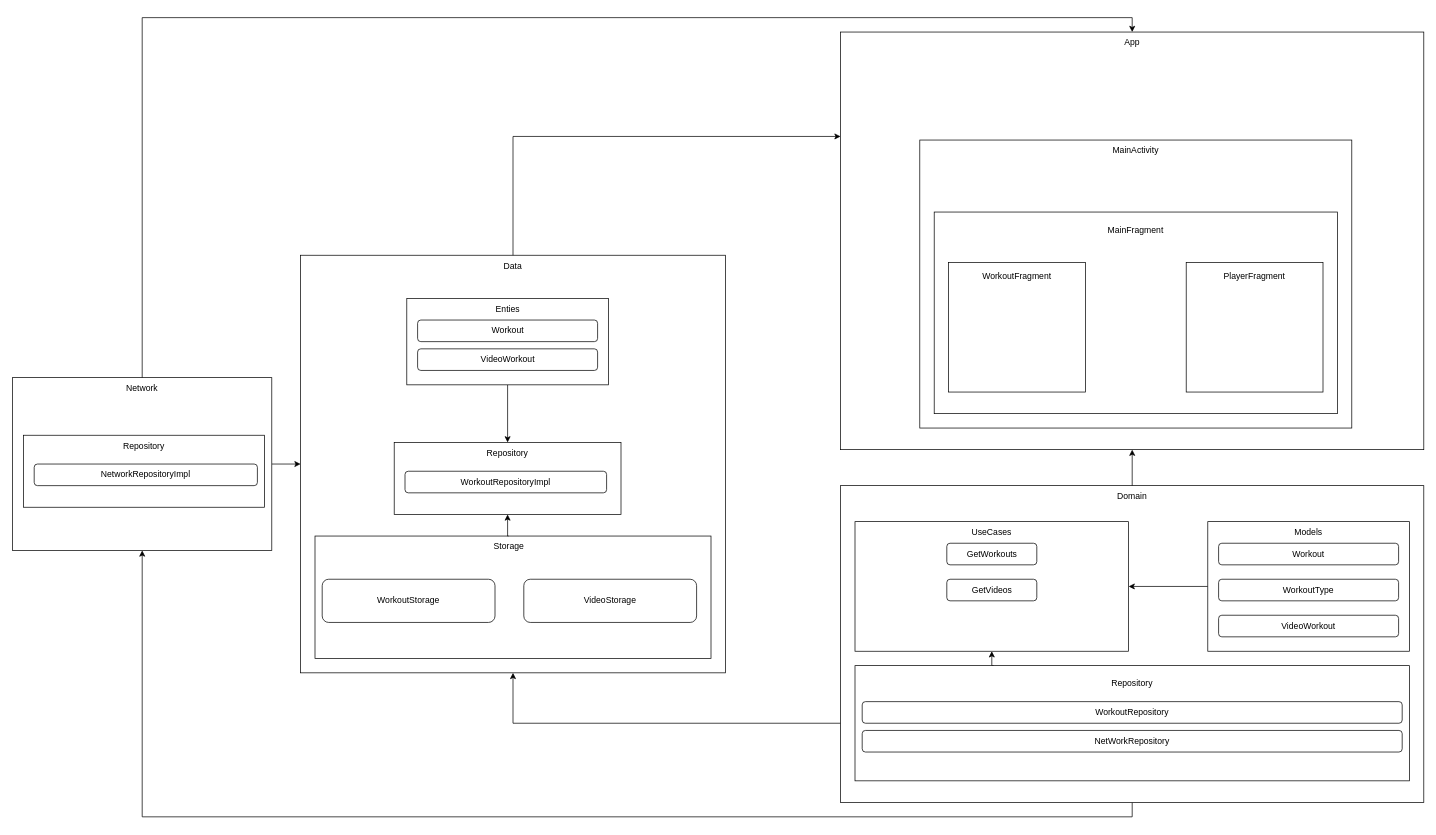
The draw.io diagram arch.drawio in lissyo/FatFitBurn, before the edit. Source tidied: cells renumbered, new cells numbered last; positions are measured from the earlier drawing's top-left corner, leaving out a move shared by most shapes. Both pictures are drawn from the tidied source at 72%, with x=0, y=0 at pixel (12, 32).
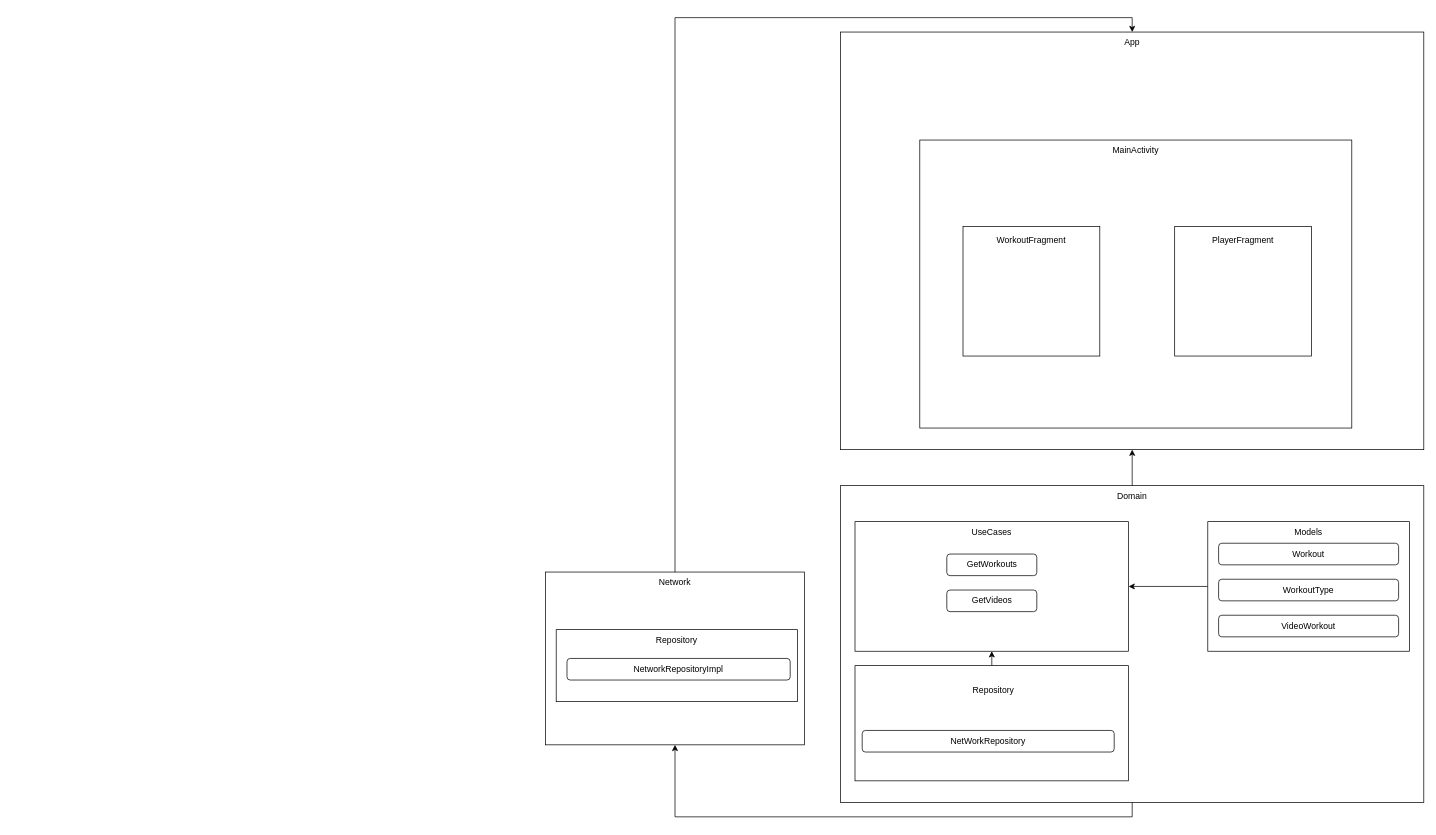
The same diagram, later.

Unchanged cells that the change refers to:
```xml
<mxCell id="2" style="rounded=0;whiteSpace=wrap;html=1;" parent="1" vertex="1">
  <mxGeometry x="1150" width="810" height="580" as="geometry" />
</mxCell>
<mxCell id="13" style="rounded=0;whiteSpace=wrap;html=1;" parent="1" vertex="1">
  <mxGeometry x="1150" y="630" width="810" height="440" as="geometry" />
</mxCell>
<mxCell id="16" style="rounded=0;whiteSpace=wrap;html=1;" parent="1" vertex="1">
  <mxGeometry x="1170" y="680" width="380" height="180" as="geometry" />
</mxCell>
```

What changed in the source:
```diff
@@
-    <mxCell id="5" style="rounded=0;whiteSpace=wrap;html=1;" parent="1" vertex="1">
-      <mxGeometry x="1280" y="250" width="560" height="280" as="geometry" />
-    </mxCell>
-    <mxCell id="6" value="MainFragment" style="text;html=1;align=center;verticalAlign=middle;whiteSpace=wrap;rounded=0;" parent="1" vertex="1">
-      <mxGeometry x="1280" y="260" width="560" height="30" as="geometry" />
-    </mxCell>
     <mxCell id="7" style="rounded=0;whiteSpace=wrap;html=1;" parent="1" vertex="1">
-      <mxGeometry x="1300" y="320" width="190" height="180" as="geometry" />
+      <mxGeometry x="1320" y="270" width="190" height="180" as="geometry" />
     </mxCell>
     <mxCell id="8" value="WorkoutFragment" style="text;html=1;align=center;verticalAlign=middle;whiteSpace=wrap;rounded=0;" parent="1" vertex="1">
-      <mxGeometry x="1300" y="325" width="190" height="30" as="geometry" />
+      <mxGeometry x="1320" y="275" width="190" height="30" as="geometry" />
     </mxCell>
     <mxCell id="9" style="rounded=0;whiteSpace=wrap;html=1;" parent="1" vertex="1">
-      <mxGeometry x="1630" y="320" width="190" height="180" as="geometry" />
+      <mxGeometry x="1614" y="270" width="190" height="180" as="geometry" />
     </mxCell>
     <mxCell id="10" value="PlayerFragment" style="text;html=1;align=center;verticalAlign=middle;whiteSpace=wrap;rounded=0;" parent="1" vertex="1">
-      <mxGeometry x="1630" y="325" width="190" height="30" as="geometry" />
+      <mxGeometry x="1614" y="275" width="190" height="30" as="geometry" />
     </mxCell>
-    <mxCell id="11" style="edgeStyle=orthogonalEdgeStyle;rounded=0;jettySize=auto;html=1;exitX=0;exitY=0.75;exitDx=0;exitDy=0;entryX=0.5;entryY=1;entryDx=0;entryDy=0;" parent="1" edge="1" source="13" target="31">
-      <mxGeometry relative="1" as="geometry" />
-    </mxCell>
@@
     <mxCell id="18" value="GetWorkouts" style="rounded=1;whiteSpace=wrap;html=1;" parent="1" vertex="1">
-      <mxGeometry x="1297.5" y="710" width="125" height="30" as="geometry" />
+      <mxGeometry x="1297.5" y="725" width="125" height="30" as="geometry" />
     </mxCell>
     <mxCell id="19" value="GetVideos" style="rounded=1;whiteSpace=wrap;html=1;" parent="1" vertex="1">
-      <mxGeometry x="1297.5" y="760" width="125" height="30" as="geometry" />
+      <mxGeometry x="1297.5" y="775" width="125" height="30" as="geometry" />
     </mxCell>
@@
-    <mxCell id="26" style="edgeStyle=orthogonalEdgeStyle;rounded=0;jettySize=auto;html=1;exitX=0.25;exitY=0;exitDx=0;exitDy=0;entryX=0.5;entryY=1;entryDx=0;entryDy=0;" parent="1" edge="1" source="27" target="16">
+    <mxCell id="26" style="edgeStyle=orthogonalEdgeStyle;rounded=0;jettySize=auto;html=1;exitX=0.5;exitY=0;exitDx=0;exitDy=0;entryX=0.5;entryY=1;entryDx=0;entryDy=0;" parent="1" edge="1" source="27" target="16">
       <mxGeometry relative="1" as="geometry" />
     </mxCell>
     <mxCell id="27" style="rounded=0;whiteSpace=wrap;html=1;" parent="1" vertex="1">
-      <mxGeometry x="1170" y="880" width="770" height="160" as="geometry" />
+      <mxGeometry x="1170" y="880" width="380" height="160" as="geometry" />
     </mxCell>
     <mxCell id="28" value="Repository" style="text;html=1;align=center;verticalAlign=middle;whiteSpace=wrap;rounded=0;" parent="1" vertex="1">
-      <mxGeometry x="1175" y="890" width="760" height="30" as="geometry" />
+      <mxGeometry x="1175" y="900" width="375" height="30" as="geometry" />
     </mxCell>
-    <mxCell id="29" value="WorkoutRepository" style="rounded=1;whiteSpace=wrap;html=1;" parent="1" vertex="1">
-      <mxGeometry x="1180" y="930" width="750" height="30" as="geometry" />
-    </mxCell>
@@
-    <mxCell id="31" style="rounded=0;whiteSpace=wrap;html=1;" parent="1" vertex="1">
-      <mxGeometry x="400" y="310" width="590" height="580" as="geometry" />
-    </mxCell>
-    <mxCell id="32" style="edgeStyle=orthogonalEdgeStyle;rounded=0;jettySize=auto;html=1;exitX=0.5;exitY=0;exitDx=0;exitDy=0;entryX=0;entryY=0.25;entryDx=0;entryDy=0;" parent="1" edge="1" source="33" target="2">
-      <mxGeometry relative="1" as="geometry" />
-    </mxCell>
-    <mxCell id="33" value="Data" style="text;html=1;align=center;verticalAlign=middle;whiteSpace=wrap;rounded=0;" parent="1" vertex="1">
-      <mxGeometry x="400" y="310" width="590" height="30" as="geometry" />
-    </mxCell>
-    <mxCell id="34" style="rounded=0;whiteSpace=wrap;html=1;" parent="1" vertex="1">
-      <mxGeometry x="530" y="570" width="315" height="100" as="geometry" />
-    </mxCell>
-    <mxCell id="35" value="WorkoutRepositoryImpl" style="rounded=1;whiteSpace=wrap;html=1;" parent="1" vertex="1">
-      <mxGeometry x="545" y="610" width="280" height="30" as="geometry" />
-    </mxCell>
-    <mxCell id="36" value="Repository" style="text;html=1;align=center;verticalAlign=middle;whiteSpace=wrap;rounded=0;" parent="1" vertex="1">
-      <mxGeometry x="530" y="570" width="315" height="30" as="geometry" />
-    </mxCell>
-    <mxCell id="37" style="edgeStyle=orthogonalEdgeStyle;rounded=0;jettySize=auto;html=1;exitX=0.5;exitY=1;exitDx=0;exitDy=0;entryX=0.5;entryY=0;entryDx=0;entryDy=0;" parent="1" edge="1" source="38" target="36">
-      <mxGeometry relative="1" as="geometry" />
-    </mxCell>
-    <mxCell id="38" style="rounded=0;whiteSpace=wrap;html=1;" parent="1" vertex="1">
-      <mxGeometry x="547.5" y="370" width="280" height="120" as="geometry" />
-    </mxCell>
-    <mxCell id="39" value="Enties" style="text;html=1;align=center;verticalAlign=middle;whiteSpace=wrap;rounded=0;" parent="1" vertex="1">
-      <mxGeometry x="547.5" y="370" width="280" height="30" as="geometry" />
-    </mxCell>
     <mxCell id="40" value="NetWorkRepository" style="rounded=1;whiteSpace=wrap;html=1;" parent="1" vertex="1">
-      <mxGeometry x="1180" y="970" width="750" height="30" as="geometry" />
+      <mxGeometry x="1180" y="970" width="350" height="30" as="geometry" />
     </mxCell>
-    <mxCell id="41" style="edgeStyle=orthogonalEdgeStyle;rounded=0;jettySize=auto;html=1;exitX=1;exitY=0.5;exitDx=0;exitDy=0;entryX=0;entryY=0.5;entryDx=0;entryDy=0;" parent="1" edge="1" source="42" target="31">
-      <mxGeometry relative="1" as="geometry" />
-    </mxCell>
     <mxCell id="42" style="rounded=0;whiteSpace=wrap;html=1;" parent="1" vertex="1">
-      <mxGeometry y="480" width="360" height="240" as="geometry" />
+      <mxGeometry x="740" y="750" width="360" height="240" as="geometry" />
     </mxCell>
@@
     <mxCell id="44" value="Network" style="text;html=1;align=center;verticalAlign=middle;whiteSpace=wrap;rounded=0;" parent="1" vertex="1">
-      <mxGeometry y="480" width="360" height="30" as="geometry" />
+      <mxGeometry x="740" y="750" width="360" height="30" as="geometry" />
     </mxCell>
     <mxCell id="45" style="rounded=0;whiteSpace=wrap;html=1;" parent="1" vertex="1">
-      <mxGeometry x="15" y="560" width="335" height="100" as="geometry" />
+      <mxGeometry x="755" y="830" width="335" height="100" as="geometry" />
     </mxCell>
     <mxCell id="46" value="Repository" style="text;html=1;align=center;verticalAlign=middle;whiteSpace=wrap;rounded=0;" parent="1" vertex="1">
-      <mxGeometry x="15" y="560" width="335" height="30" as="geometry" />
+      <mxGeometry x="755" y="830" width="335" height="30" as="geometry" />
     </mxCell>
     <mxCell id="47" value="NetworkRepositoryImpl" style="rounded=1;whiteSpace=wrap;html=1;" parent="1" vertex="1">
-      <mxGeometry x="30" y="600" width="310" height="30" as="geometry" />
+      <mxGeometry x="770" y="870" width="310" height="30" as="geometry" />
     </mxCell>
-    <mxCell id="48" value="Workout" style="rounded=1;whiteSpace=wrap;html=1;" parent="1" vertex="1">
-      <mxGeometry x="562.5" y="400" width="250" height="30" as="geometry" />
-    </mxCell>
-    <mxCell id="49" value="VideoWorkout" style="rounded=1;whiteSpace=wrap;html=1;" parent="1" vertex="1">
-      <mxGeometry x="562.5" y="440" width="250" height="30" as="geometry" />
-    </mxCell>
-    <mxCell id="50" style="rounded=0;whiteSpace=wrap;html=1;" parent="1" vertex="1">
-      <mxGeometry x="420" y="700" width="550" height="170" as="geometry" />
-    </mxCell>
-    <mxCell id="51" style="edgeStyle=orthogonalEdgeStyle;rounded=0;jettySize=auto;html=1;exitX=0.5;exitY=0;exitDx=0;exitDy=0;entryX=0.5;entryY=1;entryDx=0;entryDy=0;" parent="1" edge="1" source="52" target="34">
-      <mxGeometry relative="1" as="geometry" />
-    </mxCell>
-    <mxCell id="52" value="Storage" style="text;html=1;align=center;verticalAlign=middle;whiteSpace=wrap;rounded=0;" parent="1" vertex="1">
-      <mxGeometry x="547.5" y="700" width="282.5" height="30" as="geometry" />
-    </mxCell>
-    <mxCell id="53" value="WorkoutStorage" style="rounded=1;whiteSpace=wrap;html=1;" parent="1" vertex="1">
-      <mxGeometry x="430" y="760" width="240" height="60" as="geometry" />
-    </mxCell>
-    <mxCell id="54" value="VideoStorage" style="rounded=1;whiteSpace=wrap;html=1;" parent="1" vertex="1">
-      <mxGeometry x="710" y="760" width="240" height="60" as="geometry" />
-    </mxCell>
```
